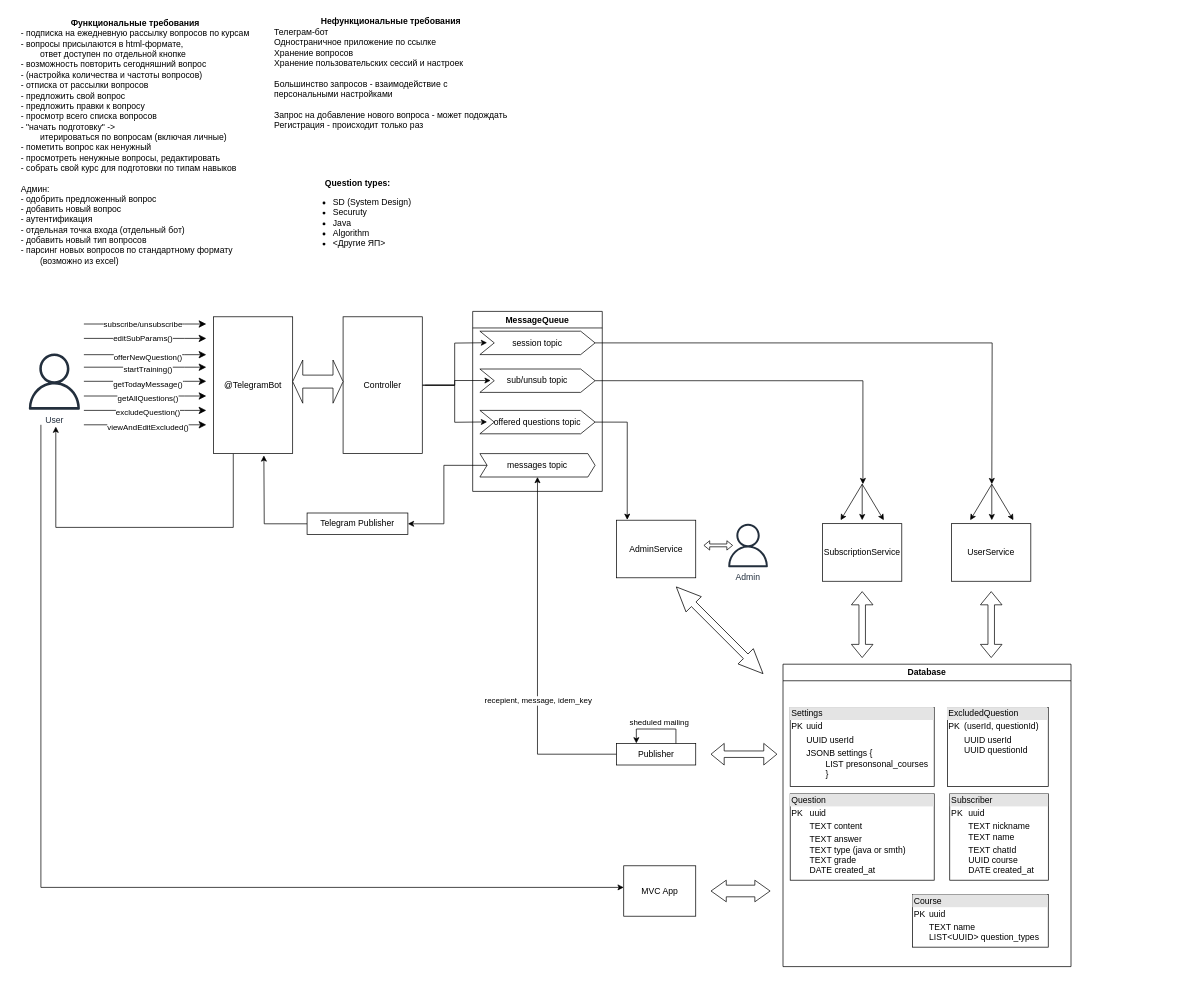
Earlier version of the draw.io diagram SobesCracker.drawio (maksarts/test-project-files). Source tidied: cells renumbered, new cells numbered last; positions are measured from the earlier drawing's top-left corner, leaving out a move shared by most shapes. Both pictures are drawn from the tidied source at 72%, with x=0, y=0 at pixel (12, 12).
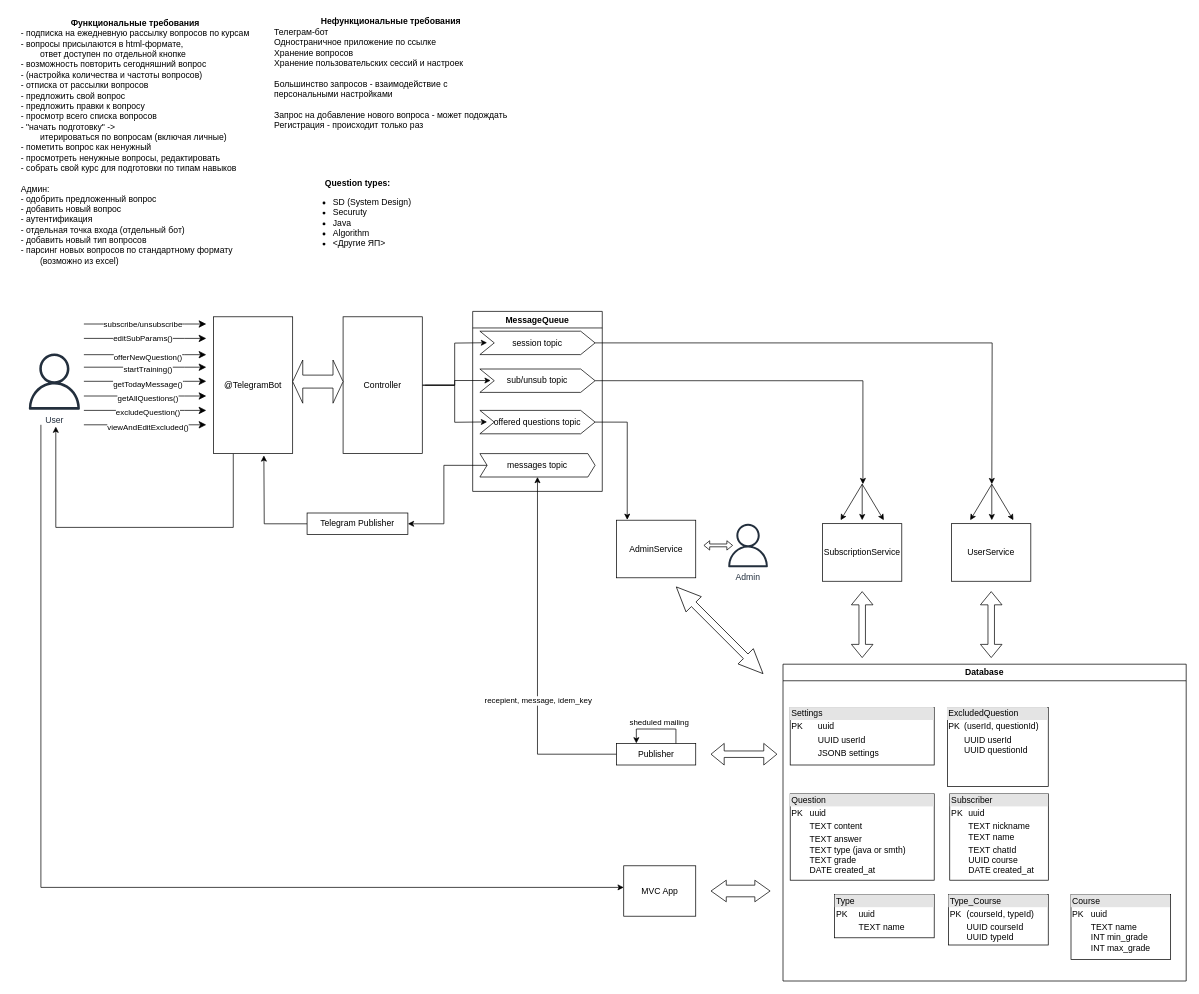
The same page after the edit.

The edit, as a diff of the source:
```diff
@@
-    <mxCell id="39" value="&lt;div style=&quot;box-sizing:border-box;width:100%;background:#e4e4e4;padding:2px;&quot;&gt;Settings&lt;/div&gt;&lt;table style=&quot;width:100%;font-size:1em;&quot; cellpadding=&quot;2&quot; cellspacing=&quot;0&quot;&gt;&lt;tbody&gt;&lt;tr&gt;&lt;td&gt;PK&lt;/td&gt;&lt;td&gt;uuid&lt;/td&gt;&lt;/tr&gt;&lt;tr&gt;&lt;td&gt;&lt;br&gt;&lt;/td&gt;&lt;td&gt;UUID userId&lt;/td&gt;&lt;/tr&gt;&lt;tr&gt;&lt;td&gt;&lt;br&gt;&lt;/td&gt;&lt;td&gt;JSONB settings {&lt;br&gt;&lt;span style=&quot;white-space: pre;&quot;&gt;&#9;&lt;/span&gt;LIST presonsonal_courses&lt;br&gt;&lt;span style=&quot;white-space: pre;&quot;&gt;&#9;&lt;/span&gt;}&lt;/td&gt;&lt;/tr&gt;&lt;/tbody&gt;&lt;/table&gt;" style="verticalAlign=top;align=left;overflow=fill;html=1;whiteSpace=wrap;" parent="1" vertex="1">
-      <mxGeometry x="1080" y="965" width="200" height="110" as="geometry" />
+    <mxCell id="39" value="&lt;div style=&quot;box-sizing:border-box;width:100%;background:#e4e4e4;padding:2px;&quot;&gt;Settings&lt;/div&gt;&lt;table style=&quot;width:100%;font-size:1em;&quot; cellpadding=&quot;2&quot; cellspacing=&quot;0&quot;&gt;&lt;tbody&gt;&lt;tr&gt;&lt;td&gt;PK&lt;/td&gt;&lt;td&gt;uuid&lt;/td&gt;&lt;/tr&gt;&lt;tr&gt;&lt;td&gt;&lt;br&gt;&lt;/td&gt;&lt;td&gt;UUID userId&lt;/td&gt;&lt;/tr&gt;&lt;tr&gt;&lt;td&gt;&lt;br&gt;&lt;/td&gt;&lt;td&gt;JSONB settings&lt;/td&gt;&lt;/tr&gt;&lt;/tbody&gt;&lt;/table&gt;" style="verticalAlign=top;align=left;overflow=fill;html=1;whiteSpace=wrap;" parent="1" vertex="1">
+      <mxGeometry x="1080" y="965" width="200" height="80" as="geometry" />
     </mxCell>
@@
     <mxCell id="51" value="Database" style="swimlane;whiteSpace=wrap;html=1;" parent="1" vertex="1">
-      <mxGeometry x="1070" y="905" width="400" height="420" as="geometry" />
+      <mxGeometry x="1070" y="905" width="560" height="440" as="geometry" />
     </mxCell>
@@
-    <mxCell id="55" value="&lt;div style=&quot;box-sizing:border-box;width:100%;background:#e4e4e4;padding:2px;&quot;&gt;Course&lt;/div&gt;&lt;table style=&quot;width:100%;font-size:1em;&quot; cellpadding=&quot;2&quot; cellspacing=&quot;0&quot;&gt;&lt;tbody&gt;&lt;tr&gt;&lt;td&gt;PK&lt;/td&gt;&lt;td&gt;uuid&lt;/td&gt;&lt;/tr&gt;&lt;tr&gt;&lt;td&gt;&lt;br&gt;&lt;/td&gt;&lt;td&gt;TEXT&amp;nbsp;name&lt;br&gt;LIST&amp;lt;UUID&amp;gt; question_types&lt;/td&gt;&lt;/tr&gt;&lt;/tbody&gt;&lt;/table&gt;" style="verticalAlign=top;align=left;overflow=fill;html=1;whiteSpace=wrap;" parent="51" vertex="1">
-      <mxGeometry x="180" y="320" width="188.4" height="73" as="geometry" />
+    <mxCell id="55" value="&lt;div style=&quot;box-sizing:border-box;width:100%;background:#e4e4e4;padding:2px;&quot;&gt;Course&lt;/div&gt;&lt;table style=&quot;width:100%;font-size:1em;&quot; cellpadding=&quot;2&quot; cellspacing=&quot;0&quot;&gt;&lt;tbody&gt;&lt;tr&gt;&lt;td&gt;PK&lt;/td&gt;&lt;td&gt;uuid&lt;br&gt;&lt;/td&gt;&lt;/tr&gt;&lt;tr&gt;&lt;td&gt;&lt;br&gt;&lt;/td&gt;&lt;td&gt;TEXT&amp;nbsp;name&lt;br&gt;INT min_grade&lt;br&gt;INT max_grade&lt;/td&gt;&lt;/tr&gt;&lt;/tbody&gt;&lt;/table&gt;" style="verticalAlign=top;align=left;overflow=fill;html=1;whiteSpace=wrap;" parent="51" vertex="1">
+      <mxGeometry x="400" y="320" width="138.4" height="90" as="geometry" />
     </mxCell>
+    <mxCell id="69" value="&lt;div style=&quot;box-sizing:border-box;width:100%;background:#e4e4e4;padding:2px;&quot;&gt;Type&lt;/div&gt;&lt;table style=&quot;width:100%;font-size:1em;&quot; cellpadding=&quot;2&quot; cellspacing=&quot;0&quot;&gt;&lt;tbody&gt;&lt;tr&gt;&lt;td&gt;PK&lt;/td&gt;&lt;td&gt;uuid&lt;/td&gt;&lt;/tr&gt;&lt;tr&gt;&lt;td&gt;&lt;br&gt;&lt;/td&gt;&lt;td&gt;TEXT&amp;nbsp;name&lt;br&gt;&lt;/td&gt;&lt;/tr&gt;&lt;/tbody&gt;&lt;/table&gt;" style="verticalAlign=top;align=left;overflow=fill;html=1;whiteSpace=wrap;" parent="51" vertex="1">
+      <mxGeometry x="71.6" y="320" width="138.4" height="60" as="geometry" />
+    </mxCell>
+    <mxCell id="70" value="&lt;div style=&quot;box-sizing:border-box;width:100%;background:#e4e4e4;padding:2px;&quot;&gt;Type_Course&lt;/div&gt;&lt;table style=&quot;width:100%;font-size:1em;&quot; cellpadding=&quot;2&quot; cellspacing=&quot;0&quot;&gt;&lt;tbody&gt;&lt;tr&gt;&lt;td&gt;PK&lt;/td&gt;&lt;td&gt;(courseId, typeId)&lt;/td&gt;&lt;/tr&gt;&lt;tr&gt;&lt;td&gt;&lt;br&gt;&lt;/td&gt;&lt;td&gt;UUID courseId&lt;br&gt;UUID typeId&lt;br&gt;&lt;/td&gt;&lt;/tr&gt;&lt;/tbody&gt;&lt;/table&gt;" style="verticalAlign=top;align=left;overflow=fill;html=1;whiteSpace=wrap;" parent="51" vertex="1">
+      <mxGeometry x="230" y="320" width="138.4" height="70" as="geometry" />
+    </mxCell>
```
